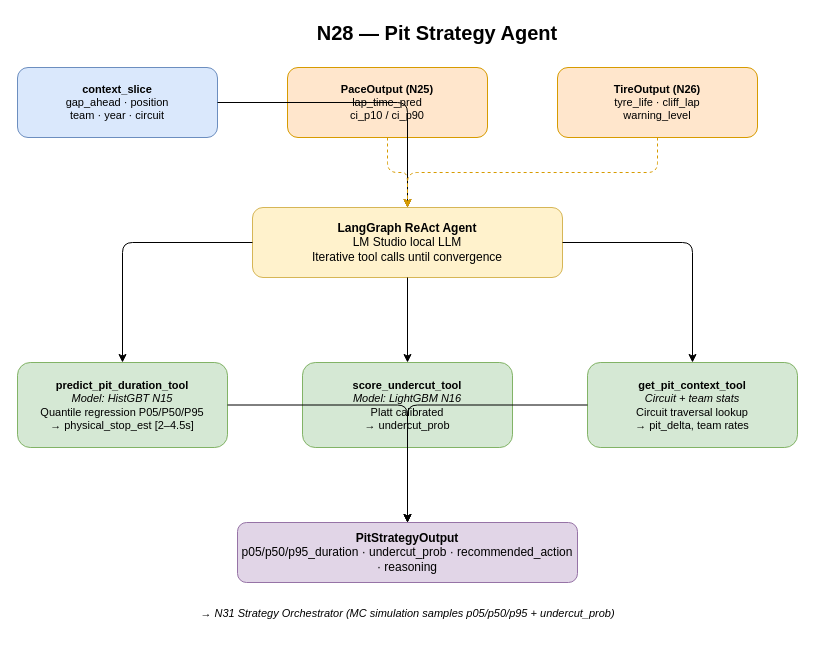
The draw.io diagram documents/dev_docs/diagrams/agents/N28_pit_strategy_agent.drawio in VforVitorio/F1-StratLab, before the edit. Source tidied: cells renumbered, new cells numbered last; positions are measured from the earlier drawing's top-left corner, leaving out a move shared by most shapes. Both pictures are drawn from the tidied source at 100%, with x=0, y=0 at pixel (17, 17).
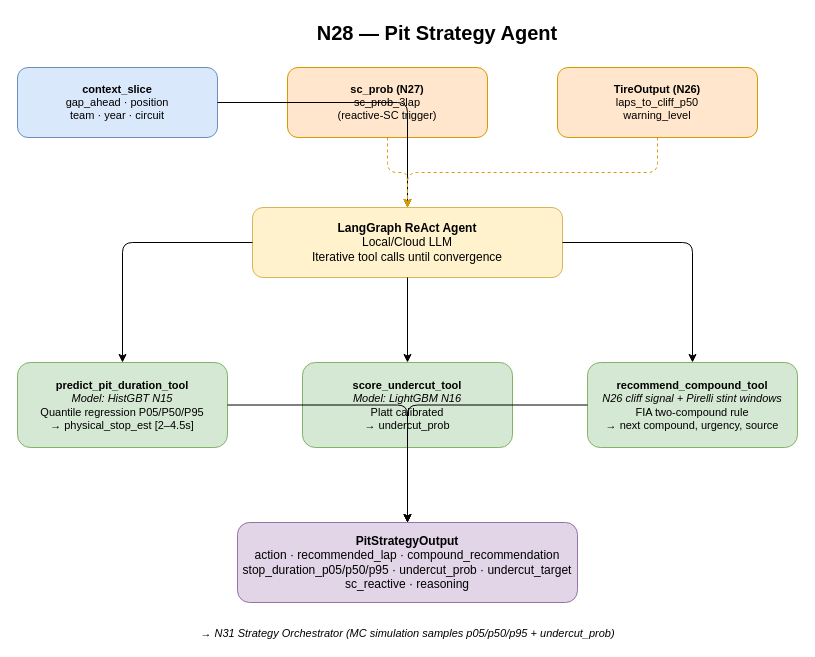
Above is the later version.

Commit message:
updated N28 pit strategy agent diagram

Diff of the diagram source:
```diff
@@
-    <mxCell id="4" value="&lt;b&gt;PaceOutput (N25)&lt;/b&gt;&lt;br/&gt;lap_time_pred&lt;br/&gt;ci_p10 / ci_p90" style="rounded=1;whiteSpace=wrap;html=1;fillColor=#ffe6cc;strokeColor=#d79b00;fontSize=11;" parent="1" vertex="1">
+    <mxCell id="4" value="&lt;b&gt;sc_prob (N27)&lt;/b&gt;&lt;br/&gt;sc_prob_3lap&lt;br/&gt;(reactive-SC trigger)" style="rounded=1;whiteSpace=wrap;html=1;fillColor=#ffe6cc;strokeColor=#d79b00;fontSize=11;" parent="1" vertex="1">
       <mxGeometry x="270" y="50" width="200" height="70" as="geometry" />
     </mxCell>
-    <mxCell id="5" value="&lt;b&gt;TireOutput (N26)&lt;/b&gt;&lt;br/&gt;tyre_life · cliff_lap&lt;br/&gt;warning_level" style="rounded=1;whiteSpace=wrap;html=1;fillColor=#ffe6cc;strokeColor=#d79b00;fontSize=11;" parent="1" vertex="1">
+    <mxCell id="5" value="&lt;b&gt;TireOutput (N26)&lt;/b&gt;&lt;br/&gt;laps_to_cliff_p50&lt;br/&gt;warning_level" style="rounded=1;whiteSpace=wrap;html=1;fillColor=#ffe6cc;strokeColor=#d79b00;fontSize=11;" parent="1" vertex="1">
       <mxGeometry x="540" y="50" width="200" height="70" as="geometry" />
     </mxCell>
-    <mxCell id="6" value="&lt;b&gt;LangGraph ReAct Agent&lt;/b&gt;&lt;br/&gt;LM Studio local LLM&lt;br/&gt;Iterative tool calls until convergence" style="rounded=1;whiteSpace=wrap;html=1;fillColor=#fff2cc;strokeColor=#d6b656;" parent="1" vertex="1">
+    <mxCell id="6" value="&lt;b&gt;LangGraph ReAct Agent&lt;/b&gt;&lt;br/&gt;Local/Cloud LLM&lt;br/&gt;Iterative tool calls until convergence" style="rounded=1;whiteSpace=wrap;html=1;fillColor=#fff2cc;strokeColor=#d6b656;" parent="1" vertex="1">
       <mxGeometry x="235" y="190" width="310" height="70" as="geometry" />
     </mxCell>
@@
-    <mxCell id="9" value="&lt;b&gt;get_pit_context_tool&lt;/b&gt;&lt;br/&gt;&lt;i&gt;Circuit + team stats&lt;/i&gt;&lt;br/&gt;Circuit traversal lookup&lt;br/&gt;→ pit_delta, team rates" style="rounded=1;whiteSpace=wrap;html=1;fillColor=#d5e8d4;strokeColor=#82b366;fontSize=11;" parent="1" vertex="1">
+    <mxCell id="9" value="&lt;b&gt;recommend_compound_tool&lt;/b&gt;&lt;br/&gt;&lt;i&gt;N26 cliff signal + Pirelli stint windows&lt;/i&gt;&lt;br/&gt;FIA two-compound rule&lt;br/&gt;→ next compound, urgency, source" style="rounded=1;whiteSpace=wrap;html=1;fillColor=#d5e8d4;strokeColor=#82b366;fontSize=11;" parent="1" vertex="1">
       <mxGeometry x="570" y="345" width="210" height="85" as="geometry" />
     </mxCell>
-    <mxCell id="10" value="&lt;b&gt;PitStrategyOutput&lt;/b&gt;&lt;br/&gt;p05/p50/p95_duration · undercut_prob · recommended_action · reasoning" style="rounded=1;whiteSpace=wrap;html=1;fillColor=#e1d5e7;strokeColor=#9673a6;" parent="1" vertex="1">
-      <mxGeometry x="220" y="505" width="340" height="60" as="geometry" />
+    <mxCell id="10" value="&lt;b&gt;PitStrategyOutput&lt;/b&gt;&lt;br/&gt;action · recommended_lap · compound_recommendation&lt;br/&gt;stop_duration_p05/p50/p95 · undercut_prob · undercut_target&lt;br/&gt;sc_reactive · reasoning" style="rounded=1;whiteSpace=wrap;html=1;fillColor=#e1d5e7;strokeColor=#9673a6;" parent="1" vertex="1">
+      <mxGeometry x="220" y="505" width="340" height="80" as="geometry" />
     </mxCell>
     <mxCell id="11" value="→ N31 Strategy Orchestrator (MC simulation samples p05/p50/p95 + undercut_prob)" style="text;html=1;strokeColor=none;fillColor=none;align=center;fontStyle=2;fontSize=11;" parent="1" vertex="1">
-      <mxGeometry x="120" y="583" width="540" height="20" as="geometry" />
+      <mxGeometry x="120" y="603" width="540" height="20" as="geometry" />
     </mxCell>
```
